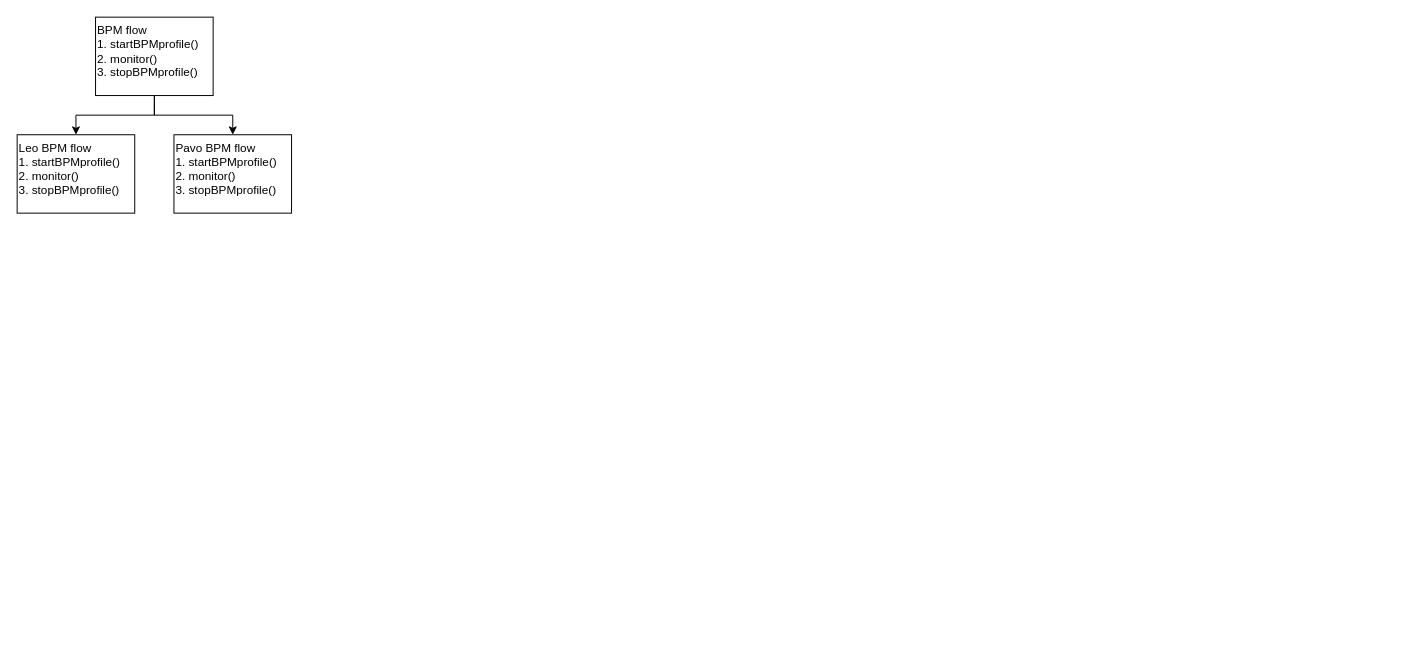
Above: page "Page-2" (2 of 2) of diagram/bpm.drawio in dracohan/withon (draw.io), before the change. Source tidied: cells renumbered, new cells numbered last; positions are measured from the earlier drawing's top-left corner, leaving out a move shared by most shapes. Both pictures are drawn from the tidied source at 98%, with x=0, y=0 at pixel (17, 17).
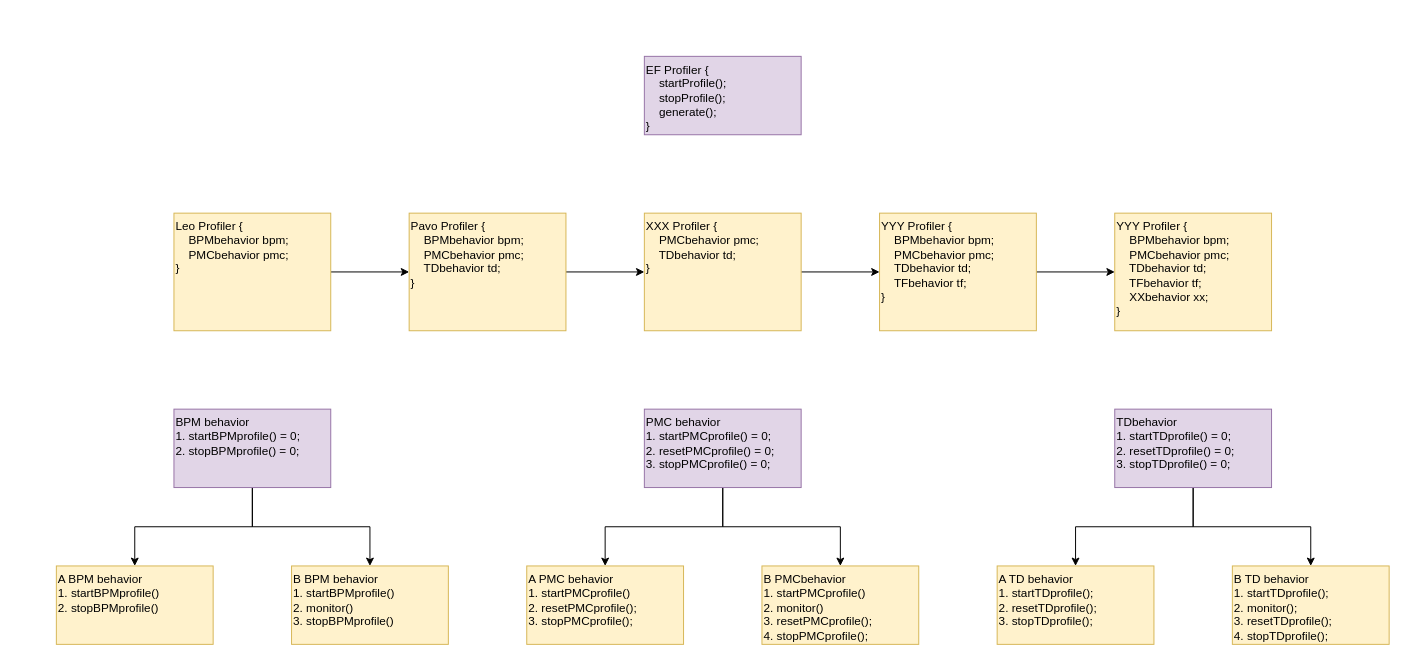
The same page after the edit.

What changed in the source:
```diff
@@
-    <mxCell id="4" value="BPM flow&lt;br&gt;1. startBPMprofile()&lt;br&gt;2. monitor()&lt;br&gt;3. stopBPMprofile()" style="rounded=0;whiteSpace=wrap;html=1;labelPosition=center;verticalLabelPosition=middle;align=left;verticalAlign=top;" parent="1" vertex="1">
-      <mxGeometry x="80" width="120" height="80" as="geometry" />
+    <mxCell id="4" value="BPM behavior&lt;br&gt;1. startBPMprofile() = 0;&lt;br&gt;2. stopBPMprofile() = 0;" style="rounded=0;whiteSpace=wrap;html=1;labelPosition=center;verticalLabelPosition=middle;align=left;verticalAlign=top;fillColor=#e1d5e7;strokeColor=#9673a6;" parent="1" vertex="1">
+      <mxGeometry x="160" y="400" width="160" height="80" as="geometry" />
     </mxCell>
-    <mxCell id="5" value="Pavo BPM flow&lt;br&gt;1. startBPMprofile()&lt;br&gt;2. monitor()&lt;br&gt;3. stopBPMprofile()" style="rounded=0;whiteSpace=wrap;html=1;align=left;verticalAlign=top;" parent="1" vertex="1">
-      <mxGeometry x="160" y="120" width="120" height="80" as="geometry" />
+    <mxCell id="5" value="B BPM behavior&lt;br&gt;1. startBPMprofile()&lt;br&gt;2. monitor()&lt;br&gt;3. stopBPMprofile()" style="rounded=0;whiteSpace=wrap;html=1;align=left;verticalAlign=top;fillColor=#fff2cc;strokeColor=#d6b656;" parent="1" vertex="1">
+      <mxGeometry x="280" y="560" width="160" height="80" as="geometry" />
     </mxCell>
-    <mxCell id="6" value="Leo BPM flow&lt;br&gt;1. startBPMprofile()&lt;br&gt;2. monitor()&lt;br&gt;3. stopBPMprofile()" style="rounded=0;whiteSpace=wrap;html=1;align=left;verticalAlign=top;" parent="1" vertex="1">
-      <mxGeometry y="120" width="120" height="80" as="geometry" />
+    <mxCell id="6" value="A BPM behavior&lt;br&gt;1. startBPMprofile()&lt;br&gt;2. stopBPMprofile()" style="rounded=0;whiteSpace=wrap;html=1;align=left;verticalAlign=top;fillColor=#fff2cc;strokeColor=#d6b656;" parent="1" vertex="1">
+      <mxGeometry x="40" y="560" width="160" height="80" as="geometry" />
     </mxCell>
+    <mxCell id="7" style="edgeStyle=orthogonalEdgeStyle;rounded=0;jettySize=auto;html=1;" parent="1" edge="1" source="9" target="11">
+      <mxGeometry relative="1" as="geometry" />
+    </mxCell>
+    <mxCell id="8" style="edgeStyle=orthogonalEdgeStyle;rounded=0;jettySize=auto;html=1;exitX=0.5;exitY=1;exitDx=0;exitDy=0;entryX=0.5;entryY=0;entryDx=0;entryDy=0;" parent="1" edge="1" source="9" target="10">
+      <mxGeometry relative="1" as="geometry" />
+    </mxCell>
+    <mxCell id="9" value="PMC behavior&lt;br&gt;1. startPMCprofile() = 0;&lt;br&gt;2. resetPMCprofile() = 0;&lt;br&gt;3. stopPMCprofile() = 0;" style="rounded=0;whiteSpace=wrap;html=1;labelPosition=center;verticalLabelPosition=middle;align=left;verticalAlign=top;fillColor=#e1d5e7;strokeColor=#9673a6;" parent="1" vertex="1">
+      <mxGeometry x="640" y="400" width="160" height="80" as="geometry" />
+    </mxCell>
+    <mxCell id="10" value="B PMCbehavior&lt;br&gt;1. startPMCprofile()&lt;br&gt;2. monitor()&lt;br&gt;3. resetPMCprofile();&lt;br&gt;4. stopPMCprofile();" style="rounded=0;whiteSpace=wrap;html=1;align=left;verticalAlign=top;fillColor=#fff2cc;strokeColor=#d6b656;" parent="1" vertex="1">
+      <mxGeometry x="760" y="560" width="160" height="80" as="geometry" />
+    </mxCell>
+    <mxCell id="11" value="A PMC&amp;nbsp;behavior&lt;br&gt;1. startPMCprofile()&lt;br&gt;2. resetPMCprofile();&lt;br&gt;3. stopPMCprofile();" style="rounded=0;whiteSpace=wrap;html=1;align=left;verticalAlign=top;fillColor=#fff2cc;strokeColor=#d6b656;" parent="1" vertex="1">
+      <mxGeometry x="520" y="560" width="160" height="80" as="geometry" />
+    </mxCell>
+    <mxCell id="12" style="edgeStyle=orthogonalEdgeStyle;rounded=0;jettySize=auto;html=1;" parent="1" edge="1" source="13" target="17">
+      <mxGeometry relative="1" as="geometry" />
+    </mxCell>
+    <mxCell id="13" value="Pavo Profiler {&lt;br&gt;&amp;nbsp; &amp;nbsp; BPMbehavior bpm;&lt;br&gt;&amp;nbsp; &amp;nbsp; PMCbehavior pmc;&lt;br&gt;&amp;nbsp; &amp;nbsp; TDbehavior td;&lt;br&gt;}" style="rounded=0;whiteSpace=wrap;html=1;align=left;verticalAlign=top;fillColor=#fff2cc;strokeColor=#d6b656;" parent="1" vertex="1">
+      <mxGeometry x="400" y="200" width="160" height="120" as="geometry" />
+    </mxCell>
+    <mxCell id="14" style="edgeStyle=orthogonalEdgeStyle;rounded=0;jettySize=auto;html=1;" parent="1" edge="1" source="15" target="13">
+      <mxGeometry relative="1" as="geometry" />
+    </mxCell>
+    <mxCell id="15" value="Leo Profiler {&lt;br&gt;&amp;nbsp; &amp;nbsp; BPMbehavior bpm;&lt;br&gt;&amp;nbsp; &amp;nbsp; PMCbehavior pmc;&lt;br&gt;}" style="rounded=0;whiteSpace=wrap;html=1;align=left;verticalAlign=top;fillColor=#fff2cc;strokeColor=#d6b656;" parent="1" vertex="1">
+      <mxGeometry x="160" y="200" width="160" height="120" as="geometry" />
+    </mxCell>
+    <mxCell id="16" style="edgeStyle=orthogonalEdgeStyle;rounded=0;jettySize=auto;html=1;" parent="1" edge="1" source="17" target="25">
+      <mxGeometry relative="1" as="geometry" />
+    </mxCell>
+    <mxCell id="17" value="XXX Profiler {&lt;br&gt;&amp;nbsp; &amp;nbsp;&amp;nbsp;PMCbehavior pmc;&lt;br&gt;&amp;nbsp; &amp;nbsp; TDbehavior td;&lt;br&gt;}" style="rounded=0;whiteSpace=wrap;html=1;align=left;verticalAlign=top;fillColor=#fff2cc;strokeColor=#d6b656;" parent="1" vertex="1">
+      <mxGeometry x="640" y="200" width="160" height="120" as="geometry" />
+    </mxCell>
+    <mxCell id="18" value="EF Profiler {&lt;br&gt;&amp;nbsp; &amp;nbsp; startProfile();&lt;br&gt;&amp;nbsp; &amp;nbsp;&amp;nbsp;stopProfile();&lt;br&gt;&amp;nbsp; &amp;nbsp; generate();&lt;br&gt;}" style="rounded=0;whiteSpace=wrap;html=1;align=left;verticalAlign=top;fillColor=#e1d5e7;strokeColor=#9673a6;" parent="1" vertex="1">
+      <mxGeometry x="640" y="40" width="160" height="80" as="geometry" />
+    </mxCell>
+    <mxCell id="19" style="edgeStyle=orthogonalEdgeStyle;rounded=0;jettySize=auto;html=1;" parent="1" edge="1" source="21" target="23">
+      <mxGeometry relative="1" as="geometry" />
+    </mxCell>
+    <mxCell id="20" style="edgeStyle=orthogonalEdgeStyle;rounded=0;jettySize=auto;html=1;exitX=0.5;exitY=1;exitDx=0;exitDy=0;entryX=0.5;entryY=0;entryDx=0;entryDy=0;" parent="1" edge="1" source="21" target="22">
+      <mxGeometry relative="1" as="geometry" />
+    </mxCell>
+    <mxCell id="21" value="TDbehavior&lt;br&gt;1. startTDprofile() = 0;&lt;br&gt;2. resetTDprofile() = 0;&lt;br&gt;3. stopTDprofile() = 0;" style="rounded=0;whiteSpace=wrap;html=1;labelPosition=center;verticalLabelPosition=middle;align=left;verticalAlign=top;fillColor=#e1d5e7;strokeColor=#9673a6;" parent="1" vertex="1">
+      <mxGeometry x="1120" y="400" width="160" height="80" as="geometry" />
+    </mxCell>
+    <mxCell id="22" value="B TD behavior&lt;br&gt;1. startTDprofile();&lt;br&gt;2. monitor();&lt;br&gt;3. resetTDprofile();&lt;br&gt;4. stopTDprofile();" style="rounded=0;whiteSpace=wrap;html=1;align=left;verticalAlign=top;fillColor=#fff2cc;strokeColor=#d6b656;" parent="1" vertex="1">
+      <mxGeometry x="1240" y="560" width="160" height="80" as="geometry" />
+    </mxCell>
+    <mxCell id="23" value="A TD behavior&lt;br&gt;1. startTDprofile();&lt;br&gt;2. resetTDprofile();&lt;br&gt;3. stopTDprofile();" style="rounded=0;whiteSpace=wrap;html=1;align=left;verticalAlign=top;fillColor=#fff2cc;strokeColor=#d6b656;" parent="1" vertex="1">
+      <mxGeometry x="1000" y="560" width="160" height="80" as="geometry" />
+    </mxCell>
+    <mxCell id="24" style="edgeStyle=orthogonalEdgeStyle;rounded=0;jettySize=auto;html=1;" parent="1" edge="1" source="25" target="26">
+      <mxGeometry relative="1" as="geometry" />
+    </mxCell>
+    <mxCell id="25" value="YYY Profiler {&lt;br&gt;&amp;nbsp; &amp;nbsp; BPMbehavior bpm;&lt;br&gt;&amp;nbsp; &amp;nbsp; PMCbehavior pmc;&lt;br&gt;&amp;nbsp; &amp;nbsp; TDbehavior td;&lt;br&gt;&amp;nbsp; &amp;nbsp; TFbehavior tf;&lt;br&gt;}" style="rounded=0;whiteSpace=wrap;html=1;align=left;verticalAlign=top;fillColor=#fff2cc;strokeColor=#d6b656;" parent="1" vertex="1">
+      <mxGeometry x="880" y="200" width="160" height="120" as="geometry" />
+    </mxCell>
+    <mxCell id="26" value="YYY Profiler {&lt;br&gt;&amp;nbsp; &amp;nbsp; BPMbehavior bpm;&lt;br&gt;&amp;nbsp; &amp;nbsp; PMCbehavior pmc;&lt;br&gt;&amp;nbsp; &amp;nbsp; TDbehavior td;&lt;br&gt;&amp;nbsp; &amp;nbsp; TFbehavior tf;&lt;br&gt;&amp;nbsp; &amp;nbsp; XXbehavior xx;&lt;br&gt;}" style="rounded=0;whiteSpace=wrap;html=1;align=left;verticalAlign=top;fillColor=#fff2cc;strokeColor=#d6b656;" parent="1" vertex="1">
+      <mxGeometry x="1120" y="200" width="160" height="120" as="geometry" />
+    </mxCell>
```
